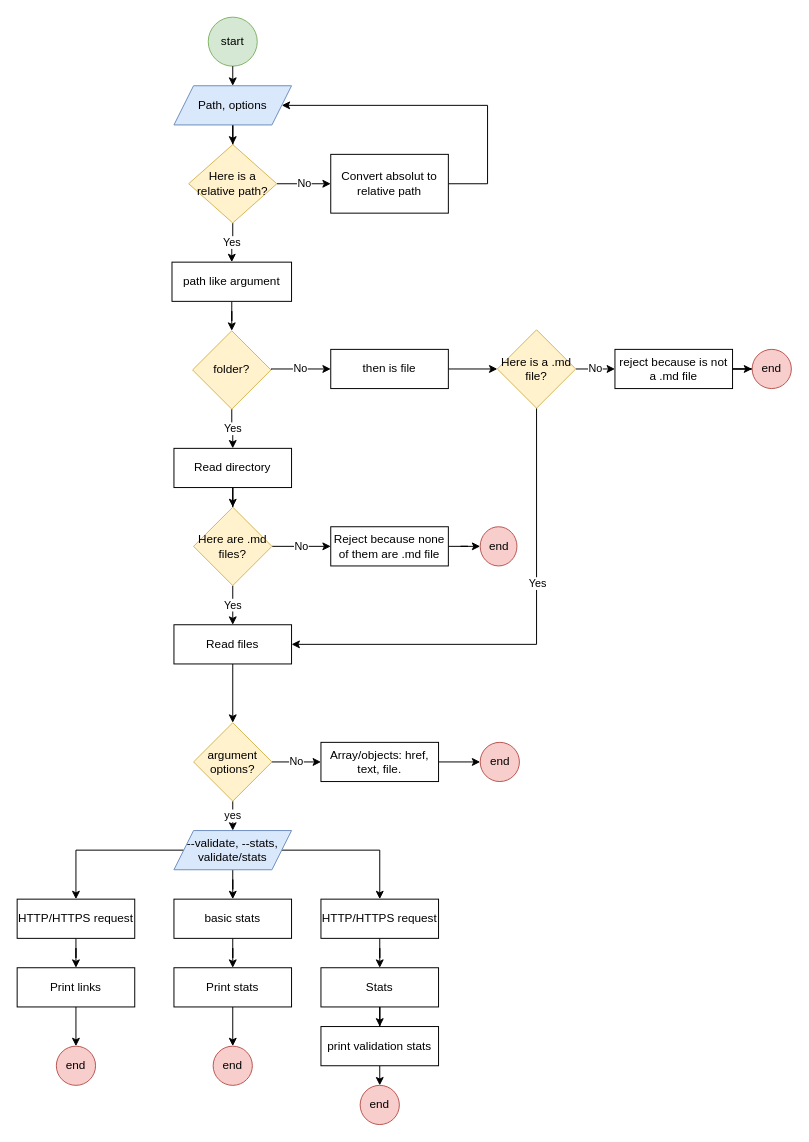
Before: Untitled Diagram.drawio in Malejandraib/bog001-md-links, a draw.io diagram. Source tidied: cells renumbered, new cells numbered last; positions are measured from the earlier drawing's top-left corner, leaving out a move shared by most shapes. Both pictures are drawn from the tidied source at 98%, with x=0, y=0 at pixel (17, 17).
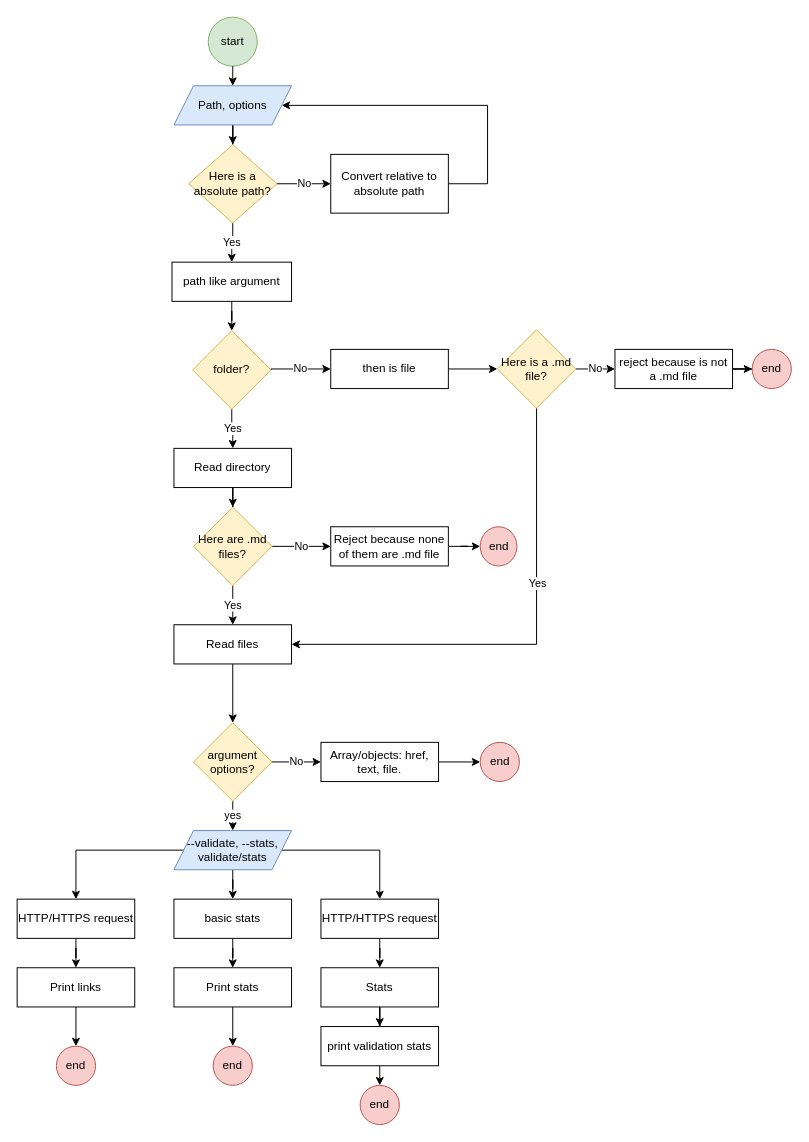
After the change.

What changed in the source:
```diff
@@
-    <mxCell id="10" value="Here is a relative path?" style="rhombus;whiteSpace=wrap;html=1;fillColor=#fff2cc;strokeColor=#d6b656;" parent="1" vertex="1">
+    <mxCell id="10" value="Here is a absolute path?" style="rhombus;whiteSpace=wrap;html=1;fillColor=#fff2cc;strokeColor=#d6b656;" parent="1" vertex="1">
       <mxGeometry x="175" y="130" width="90" height="80" as="geometry" />
     </mxCell>
@@
-    <mxCell id="12" value="Convert absolut to relative path" style="whiteSpace=wrap;html=1;" parent="1" vertex="1">
+    <mxCell id="12" value="Convert relative to absolute path" style="whiteSpace=wrap;html=1;" parent="1" vertex="1">
       <mxGeometry x="320" y="140" width="120" height="60" as="geometry" />
     </mxCell>
```
